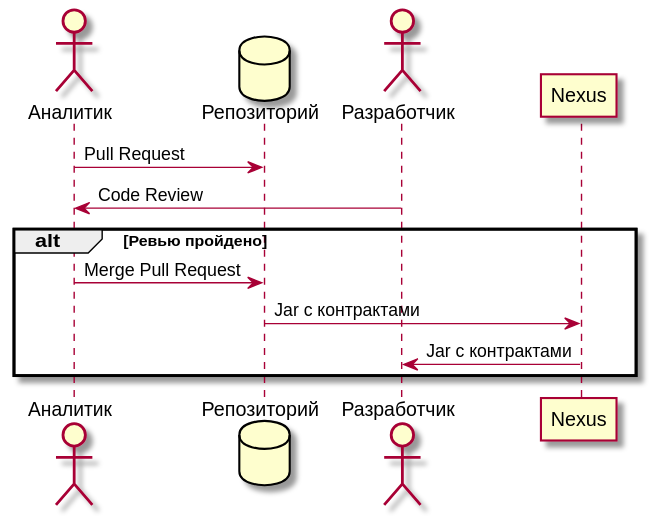
l3r8yJ/api-first-presentation keeps this PlantUML diagram as doc/api-first-approach.svg. Above is the earlier version.
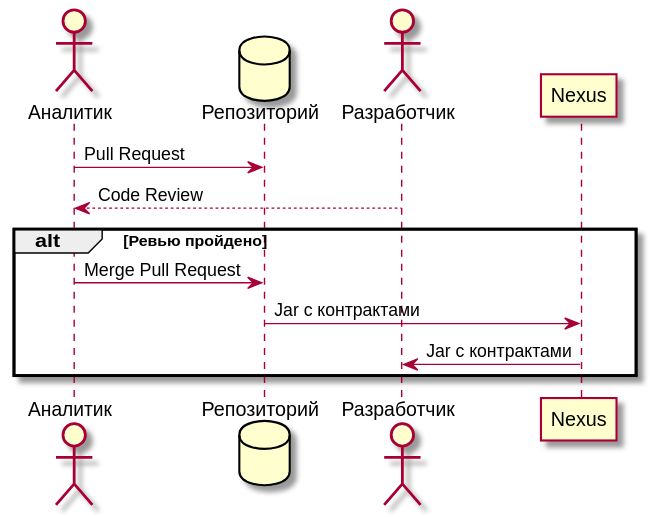
Above is the later version.

Commit message:
Diagram generated

What changed in the source:
```diff
@@ -5,7 +5,7 @@
 participant Nexus as nexus
 
 analyst -> repo: Pull Request
-dev -> analyst: Code Review
+dev --> analyst: Code Review
 alt Ревью пройдено
 analyst -> repo: Merge Pull Request
 repo -> nexus: Jar с контрактами
```
